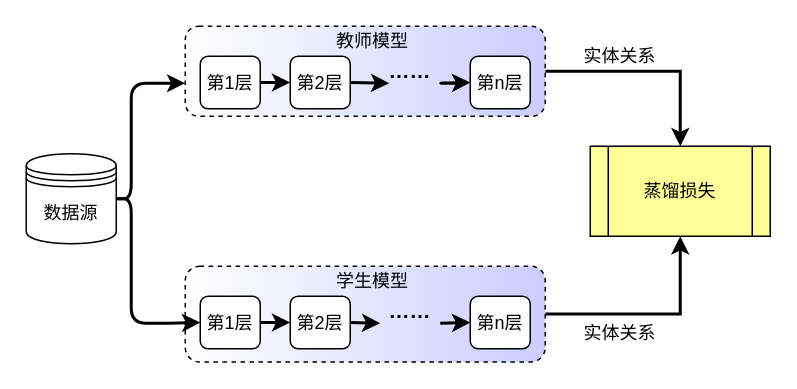
Earlier version of the draw.io diagram relate-KD.drawio (Noeverer/Mindmap). Source tidied: cells renumbered, new cells numbered last; positions are measured from the earlier drawing's top-left corner, leaving out a move shared by most shapes. Both pictures are drawn from the tidied source at 150%, with x=0, y=0 at pixel (26, 26).
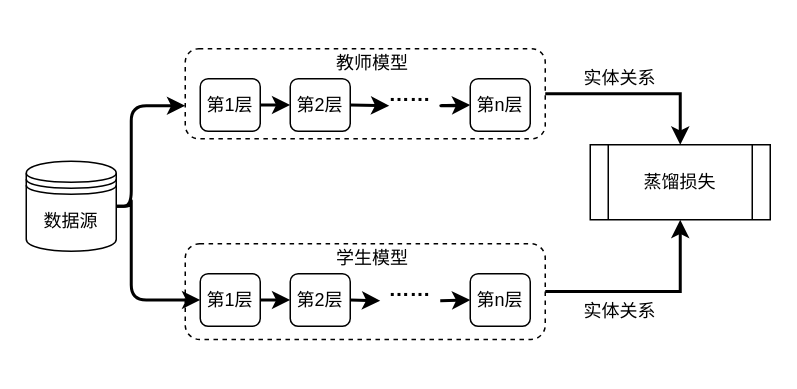
The same diagram, later.

Change to the diagram source:
```diff
@@
-    <mxCell id="3" style="rounded=1;whiteSpace=wrap;html=1;gradientColor=#CCCCFF;gradientDirection=east;dashed=1;" parent="1" vertex="1">
-      <mxGeometry x="106" y="160" width="240" height="63.8" as="geometry" />
+    <mxCell id="3" style="rounded=1;whiteSpace=wrap;html=1;gradientColor=#CCCCFF;gradientDirection=east;dashed=1;fillColor=none;" parent="1" vertex="1">
+      <mxGeometry x="106" y="145" width="240" height="63.8" as="geometry" />
     </mxCell>
@@
-    <mxCell id="5" style="rounded=1;whiteSpace=wrap;html=1;gradientColor=#CCCCFF;gradientDirection=east;dashed=1;" parent="1" vertex="1">
-      <mxGeometry x="106" width="240" height="60" as="geometry" />
+    <mxCell id="5" style="rounded=1;whiteSpace=wrap;html=1;gradientColor=#CCCCFF;gradientDirection=east;dashed=1;fillColor=none;" parent="1" vertex="1">
+      <mxGeometry x="106" y="15" width="240" height="60" as="geometry" />
     </mxCell>
     <mxCell id="6" value="数据源" style="shape=datastore;whiteSpace=wrap;html=1;" parent="1" vertex="1">
-      <mxGeometry y="85" width="60" height="60" as="geometry" />
+      <mxGeometry y="90" width="60" height="60" as="geometry" />
     </mxCell>
     <mxCell id="7" value="第1层" style="rounded=1;whiteSpace=wrap;html=1;" parent="1" vertex="1">
-      <mxGeometry x="116" y="20" width="40" height="35" as="geometry" />
+      <mxGeometry x="116" y="35" width="40" height="35" as="geometry" />
     </mxCell>
     <mxCell id="8" value="第2层" style="rounded=1;whiteSpace=wrap;html=1;" parent="1" vertex="1">
-      <mxGeometry x="176" y="20" width="40" height="35" as="geometry" />
+      <mxGeometry x="176" y="35" width="40" height="35" as="geometry" />
     </mxCell>
     <mxCell id="9" value="第n层" style="rounded=1;whiteSpace=wrap;html=1;" parent="1" vertex="1">
-      <mxGeometry x="296" y="20" width="40" height="35" as="geometry" />
+      <mxGeometry x="296" y="35" width="40" height="35" as="geometry" />
     </mxCell>
@@
-    <mxCell id="11" style="edgeStyle=segmentEdgeStyle;endArrow=classic;html=1;strokeWidth=2;exitX=1;exitY=0.5;exitDx=0;exitDy=0;" parent="1" edge="1" source="6">
+    <mxCell id="11" style="edgeStyle=segmentEdgeStyle;endArrow=classic;html=1;strokeWidth=2;" parent="1" edge="1">
       <mxGeometry relative="1" as="geometry">
-        <mxPoint x="106" y="38" as="targetPoint" />
+        <mxPoint x="60" y="120" as="sourcePoint" />
+        <mxPoint x="106" y="53" as="targetPoint" />
         <Array as="points">
-          <mxPoint x="70" y="115" />
-          <mxPoint x="70" y="38" />
+          <mxPoint x="60" y="120" />
+          <mxPoint x="70" y="120" />
+          <mxPoint x="70" y="53" />
         </Array>
       </mxGeometry>
     </mxCell>
     <mxCell id="12" value="&lt;font size=&quot;1&quot;&gt;&lt;b style=&quot;font-size: 14px&quot;&gt;……&lt;/b&gt;&lt;/font&gt;" style="text;html=1;strokeColor=none;fillColor=none;align=center;verticalAlign=middle;whiteSpace=wrap;rounded=0;" parent="1" vertex="1">
-      <mxGeometry x="236" y="20" width="40" height="20" as="geometry" />
+      <mxGeometry x="236" y="35" width="40" height="20" as="geometry" />
     </mxCell>
     <mxCell id="13" value="第1层" style="rounded=1;whiteSpace=wrap;html=1;" parent="1" vertex="1">
-      <mxGeometry x="116" y="180" width="40" height="35" as="geometry" />
+      <mxGeometry x="116" y="165" width="40" height="35" as="geometry" />
     </mxCell>
     <mxCell id="14" value="第2层" style="rounded=1;whiteSpace=wrap;html=1;" parent="1" vertex="1">
-      <mxGeometry x="176" y="180" width="40" height="35" as="geometry" />
+      <mxGeometry x="176" y="165" width="40" height="35" as="geometry" />
     </mxCell>
     <mxCell id="15" value="第n层" style="rounded=1;whiteSpace=wrap;html=1;" parent="1" vertex="1">
-      <mxGeometry x="296" y="180" width="40" height="35" as="geometry" />
+      <mxGeometry x="296" y="165" width="40" height="35" as="geometry" />
     </mxCell>
@@
     <mxCell id="17" style="edgeStyle=segmentEdgeStyle;endArrow=classic;html=1;strokeWidth=2;entryX=0;entryY=0.5;entryDx=0;entryDy=0;exitX=1;exitY=0.5;exitDx=0;exitDy=0;" parent="1" edge="1" source="6" target="13">
       <mxGeometry relative="1" as="geometry">
         <Array as="points">
           <mxPoint x="70" y="115" />
-          <mxPoint x="70" y="198" />
-          <mxPoint x="95" y="198" />
+          <mxPoint x="70" y="183" />
+          <mxPoint x="95" y="183" />
         </Array>
       </mxGeometry>
     </mxCell>
     <mxCell id="18" value="&lt;font size=&quot;1&quot;&gt;&lt;b style=&quot;font-size: 14px&quot;&gt;……&lt;/b&gt;&lt;/font&gt;" style="text;html=1;strokeColor=none;fillColor=none;align=center;verticalAlign=middle;whiteSpace=wrap;rounded=0;" parent="1" vertex="1">
-      <mxGeometry x="236" y="180" width="40" height="20" as="geometry" />
+      <mxGeometry x="236" y="165" width="40" height="20" as="geometry" />
     </mxCell>
     <mxCell id="19" style="endArrow=classic;html=1;exitX=1;exitY=0.5;exitDx=0;exitDy=0;strokeWidth=2;" parent="1" edge="1" source="14">
       <mxGeometry relative="1" as="geometry">
-        <mxPoint x="236" y="198" as="targetPoint" />
+        <mxPoint x="236" y="183" as="targetPoint" />
       </mxGeometry>
     </mxCell>
     <mxCell id="20" style="endArrow=classic;html=1;strokeWidth=2;entryX=0;entryY=0.5;entryDx=0;entryDy=0;" parent="1" edge="1" target="15">
       <mxGeometry relative="1" as="geometry">
-        <mxPoint x="276" y="198" as="sourcePoint" />
+        <mxPoint x="276" y="183" as="sourcePoint" />
       </mxGeometry>
     </mxCell>
     <mxCell id="21" value="教师模型" style="text;html=1;strokeColor=none;fillColor=none;align=center;verticalAlign=middle;whiteSpace=wrap;rounded=0;dashed=1;" parent="1" vertex="1">
-      <mxGeometry x="176" width="110" height="20" as="geometry" />
+      <mxGeometry x="176" y="15" width="110" height="20" as="geometry" />
     </mxCell>
     <mxCell id="22" value="学生模型" style="text;html=1;strokeColor=none;fillColor=none;align=center;verticalAlign=middle;whiteSpace=wrap;rounded=0;dashed=1;" parent="1" vertex="1">
-      <mxGeometry x="171" y="160" width="120" height="20" as="geometry" />
+      <mxGeometry x="171" y="145" width="120" height="20" as="geometry" />
     </mxCell>
     <mxCell id="23" style="endArrow=classic;html=1;exitX=1;exitY=0.5;exitDx=0;exitDy=0;strokeWidth=2;" parent="1" edge="1" source="8">
       <mxGeometry relative="1" as="geometry">
-        <mxPoint x="242" y="38" as="targetPoint" />
+        <mxPoint x="242" y="53" as="targetPoint" />
       </mxGeometry>
     </mxCell>
     <mxCell id="24" style="endArrow=classic;html=1;strokeWidth=2;entryX=0;entryY=0.5;entryDx=0;entryDy=0;" parent="1" edge="1" target="9">
       <mxGeometry relative="1" as="geometry">
-        <mxPoint x="292" y="38" as="sourcePoint" />
+        <mxPoint x="292" y="53" as="sourcePoint" />
         <Array as="points">
-          <mxPoint x="272" y="38" />
+          <mxPoint x="272" y="53" />
         </Array>
       </mxGeometry>
     </mxCell>
-    <mxCell id="25" value="蒸馏损失" style="shape=process;whiteSpace=wrap;html=1;backgroundOutline=1;fillColor=#FFFF99;" parent="1" vertex="1">
-      <mxGeometry x="376" y="80" width="120" height="60" as="geometry" />
+    <mxCell id="25" value="蒸馏损失" style="shape=process;whiteSpace=wrap;html=1;backgroundOutline=1;fillColor=none;" parent="1" vertex="1">
+      <mxGeometry x="376" y="79" width="120" height="50" as="geometry" />
     </mxCell>
     <mxCell id="26" value="实体关系" style="text;html=1;strokeColor=none;fillColor=none;align=center;verticalAlign=middle;whiteSpace=wrap;rounded=0;" parent="1" vertex="1">
-      <mxGeometry x="366" y="10" width="60" height="20" as="geometry" />
+      <mxGeometry x="366" y="25" width="60" height="20" as="geometry" />
     </mxCell>
     <mxCell id="27" value="实体关系" style="text;html=1;strokeColor=none;fillColor=none;align=center;verticalAlign=middle;whiteSpace=wrap;rounded=0;" parent="1" vertex="1">
-      <mxGeometry x="366" y="195" width="60" height="20" as="geometry" />
+      <mxGeometry x="366" y="180" width="60" height="20" as="geometry" />
     </mxCell>
```
